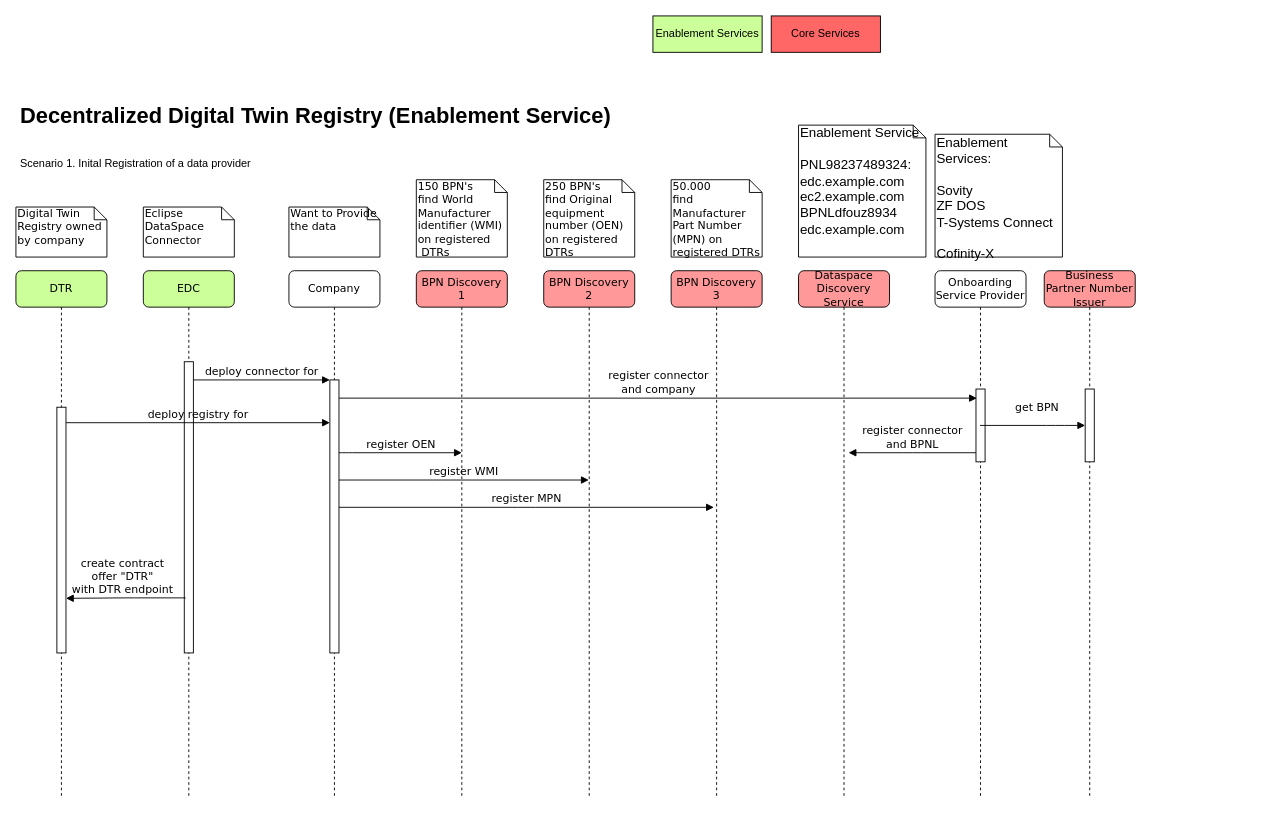
eclipse-tractusx/sldt-bpn-discovery keeps this draw.io diagram as docs/media/drawings/decentrilzedDTR-registrationDataProvider.drawio. Above is the earlier version. Source tidied: cells renumbered, new cells numbered last; positions are measured from the earlier drawing's top-left corner, leaving out a move shared by most shapes. Both pictures are drawn from the tidied source at 91%, with x=0, y=0 at pixel (15, 15).
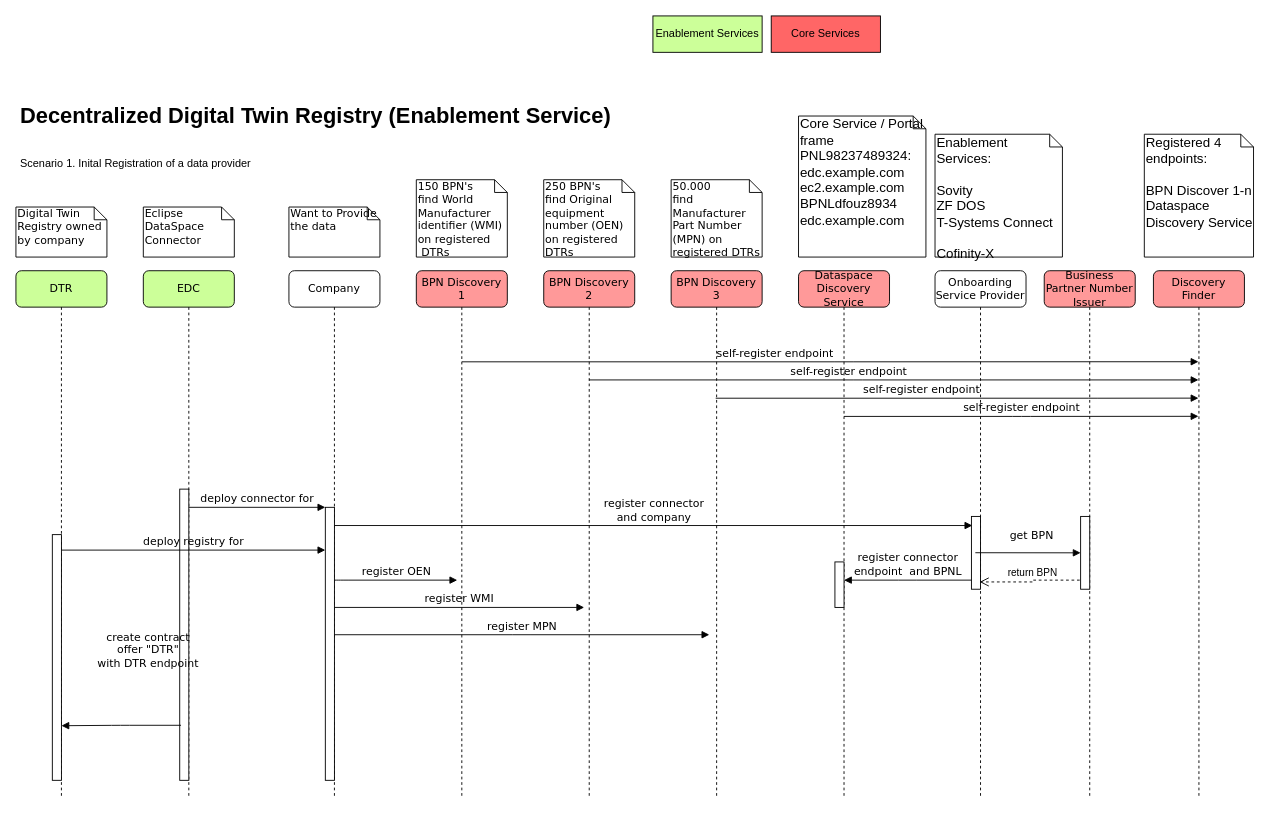
Above is the later version.

Unchanged cells that the change refers to:
```xml
<mxCell id="2" value="EDC" style="shape=umlLifeline;perimeter=lifelinePerimeter;whiteSpace=wrap;html=1;rounded=1;shadow=0;comic=0;labelBackgroundColor=none;strokeWidth=1;fontFamily=Verdana;fontSize=12;align=center;fillColor=#CCFF99;" parent="1" vertex="1">
  <mxGeometry x="140" y="280" width="100" height="580" as="geometry" />
</mxCell>
<mxCell id="4" value="Company" style="shape=umlLifeline;perimeter=lifelinePerimeter;whiteSpace=wrap;html=1;rounded=1;shadow=0;comic=0;labelBackgroundColor=none;strokeWidth=1;fontFamily=Verdana;fontSize=12;align=center;" parent="1" vertex="1">
  <mxGeometry x="300" y="280" width="100" height="580" as="geometry" />
</mxCell>
<mxCell id="6" value="BPN Discovery 1" style="shape=umlLifeline;perimeter=lifelinePerimeter;whiteSpace=wrap;html=1;rounded=1;shadow=0;comic=0;labelBackgroundColor=none;strokeWidth=1;fontFamily=Verdana;fontSize=12;align=center;fillColor=#FF9999;" parent="1" vertex="1">
  <mxGeometry x="440" y="280" width="100" height="580" as="geometry" />
</mxCell>
<mxCell id="8" value="BPN Discovery 2" style="shape=umlLifeline;perimeter=lifelinePerimeter;whiteSpace=wrap;html=1;outlineConnect=0;rounded=1;shadow=0;comic=0;labelBackgroundColor=none;strokeWidth=1;fontFamily=Verdana;fontSize=12;align=center;fillColor=#FF9999;" parent="1" vertex="1">
  <mxGeometry x="580" y="280" width="100" height="580" as="geometry" />
</mxCell>
<mxCell id="10" value="Dataspace Discovery Service" style="shape=umlLifeline;perimeter=lifelinePerimeter;whiteSpace=wrap;html=1;rounded=1;shadow=0;comic=0;labelBackgroundColor=none;strokeWidth=1;fontFamily=Verdana;fontSize=12;align=center;fillColor=#FF9999;" parent="1" vertex="1">
  <mxGeometry x="860" y="280" width="100" height="580" as="geometry" />
</mxCell>
<mxCell id="11" value="DTR" style="shape=umlLifeline;perimeter=lifelinePerimeter;whiteSpace=wrap;html=1;rounded=1;shadow=0;comic=0;labelBackgroundColor=none;strokeWidth=1;fontFamily=Verdana;fontSize=12;align=center;fillColor=#CCFF99;" parent="1" vertex="1">
  <mxGeometry y="280" width="100" height="580" as="geometry" />
</mxCell>
<mxCell id="23" value="Onboarding Service Provider" style="shape=umlLifeline;perimeter=lifelinePerimeter;whiteSpace=wrap;html=1;outlineConnect=0;rounded=1;shadow=0;comic=0;labelBackgroundColor=none;strokeWidth=1;fontFamily=Verdana;fontSize=12;align=center;" parent="1" vertex="1">
  <mxGeometry x="1010" y="280" width="100" height="580" as="geometry" />
</mxCell>
<mxCell id="31" value="Business Partner Number Issuer" style="shape=umlLifeline;perimeter=lifelinePerimeter;whiteSpace=wrap;html=1;rounded=1;shadow=0;comic=0;labelBackgroundColor=none;strokeWidth=1;fontFamily=Verdana;fontSize=12;align=center;fillColor=#FF9999;" parent="1" vertex="1">
  <mxGeometry x="1130" y="280" width="100" height="580" as="geometry" />
</mxCell>
```

Change to the diagram source:
```diff
@@
     <mxCell id="3" style="html=1;points=[];perimeter=orthogonalPerimeter;rounded=0;shadow=0;comic=0;labelBackgroundColor=none;strokeWidth=1;fontFamily=Verdana;fontSize=12;align=center;" parent="2" vertex="1">
-      <mxGeometry x="45" y="100" width="10" height="320" as="geometry" />
+      <mxGeometry x="40" y="240" width="10" height="320" as="geometry" />
     </mxCell>
@@
     <mxCell id="5" style="html=1;points=[];perimeter=orthogonalPerimeter;rounded=0;shadow=0;comic=0;labelBackgroundColor=none;strokeWidth=1;fontFamily=Verdana;fontSize=12;align=center;" parent="4" vertex="1">
-      <mxGeometry x="45" y="120" width="10" height="300" as="geometry" />
+      <mxGeometry x="40" y="260" width="10" height="300" as="geometry" />
     </mxCell>
@@
     <mxCell id="7" value="register OEN" style="html=1;verticalAlign=bottom;endArrow=block;labelBackgroundColor=none;fontFamily=Verdana;fontSize=12;edgeStyle=elbowEdgeStyle;elbow=vertical;" parent="6" edge="1">
       <mxGeometry x="0.01" relative="1" as="geometry">
-        <mxPoint x="-85" y="200" as="sourcePoint" />
-        <mxPoint x="50" y="200" as="targetPoint" />
+        <mxPoint x="-90" y="340" as="sourcePoint" />
+        <mxPoint x="45" y="340" as="targetPoint" />
         <Array as="points">
-          <mxPoint x="-80" y="200" />
+          <mxPoint x="-85" y="340" />
         </Array>
       </mxGeometry>
     </mxCell>
@@
+    <mxCell id="36" value="self-register endpoint" style="html=1;verticalAlign=bottom;endArrow=block;labelBackgroundColor=none;fontFamily=Verdana;fontSize=12;edgeStyle=elbowEdgeStyle;elbow=horizontal;" parent="8" edge="1">
+      <mxGeometry x="-0.15" relative="1" as="geometry">
+        <mxPoint x="-90" y="100.1" as="sourcePoint" />
+        <mxPoint x="719.5" y="100" as="targetPoint" />
+        <Array as="points">
+          <mxPoint x="330" y="100" />
+        </Array>
+      </mxGeometry>
+    </mxCell>
@@
+    <mxCell id="37" style="html=1;perimeter=orthogonalPerimeter;rounded=0;shadow=0;comic=0;labelBackgroundColor=none;strokeWidth=1;fontFamily=Verdana;fontSize=12;align=center;" parent="10" vertex="1">
+      <mxGeometry x="40" y="320" width="10" height="50" as="geometry" />
+    </mxCell>
+    <mxCell id="38" value="self-register endpoint" style="html=1;verticalAlign=bottom;endArrow=block;labelBackgroundColor=none;fontFamily=Verdana;fontSize=12;edgeStyle=elbowEdgeStyle;elbow=horizontal;" parent="10" edge="1">
+      <mxGeometry x="-0.15" relative="1" as="geometry">
+        <mxPoint x="-230.3" y="120" as="sourcePoint" />
+        <mxPoint x="439.5" y="120" as="targetPoint" />
+        <Array as="points">
+          <mxPoint x="60" y="120" />
+        </Array>
+      </mxGeometry>
+    </mxCell>
+    <mxCell id="39" value="self-register endpoint" style="html=1;verticalAlign=bottom;endArrow=block;labelBackgroundColor=none;fontFamily=Verdana;fontSize=12;edgeStyle=elbowEdgeStyle;elbow=horizontal;" parent="10" edge="1">
+      <mxGeometry x="-0.15" relative="1" as="geometry">
+        <mxPoint x="-91" y="140.1" as="sourcePoint" />
+        <mxPoint x="439.5" y="140" as="targetPoint" />
+        <Array as="points">
+          <mxPoint x="329" y="140" />
+        </Array>
+      </mxGeometry>
+    </mxCell>
@@
     <mxCell id="12" style="html=1;points=[];perimeter=orthogonalPerimeter;rounded=0;shadow=0;comic=0;labelBackgroundColor=none;strokeWidth=1;fontFamily=Verdana;fontSize=12;align=center;" parent="11" vertex="1">
-      <mxGeometry x="45" y="150" width="10" height="270" as="geometry" />
+      <mxGeometry x="40" y="290" width="10" height="270" as="geometry" />
     </mxCell>
     <mxCell id="13" value="register connector &lt;br&gt;and company" style="html=1;verticalAlign=bottom;endArrow=block;labelBackgroundColor=none;fontFamily=Verdana;fontSize=12;edgeStyle=elbowEdgeStyle;elbow=vertical;entryX=0.1;entryY=0.13;entryDx=0;entryDy=0;entryPerimeter=0;" parent="1" edge="1" source="5" target="24">
       <mxGeometry relative="1" as="geometry">
         <Array as="points">
-          <mxPoint x="360" y="420" />
+          <mxPoint x="355" y="560" />
         </Array>
       </mxGeometry>
     </mxCell>
@@
-    <mxCell id="21" value="&lt;p style=&quot;margin: 0in; font-family: Calibri; font-size: 11pt;&quot; lang=&quot;de&quot;&gt;Enablement Service&lt;/p&gt;&lt;p style=&quot;margin: 0in; font-family: Calibri; font-size: 11pt;&quot; lang=&quot;de&quot;&gt;&lt;br&gt;&lt;/p&gt;&lt;p style=&quot;margin: 0in; font-family: Calibri; font-size: 11pt;&quot; lang=&quot;de&quot;&gt;PNL98237489324: edc.example.com ec2.example.com&amp;nbsp;&amp;nbsp;&lt;/p&gt;&lt;p style=&quot;margin: 0in; font-family: Calibri; font-size: 11pt;&quot; lang=&quot;de&quot;&gt;BPNLdfouz8934&lt;/p&gt;&lt;p style=&quot;margin: 0in; font-family: Calibri; font-size: 11pt;&quot; lang=&quot;de&quot;&gt;edc.example.com&lt;/p&gt;" style="shape=note;whiteSpace=wrap;html=1;size=14;verticalAlign=top;align=left;spacingTop=-6;rounded=0;shadow=0;comic=0;labelBackgroundColor=none;strokeWidth=1;fontFamily=Verdana;fontSize=12;" parent="1" vertex="1">
-      <mxGeometry x="860" y="120" width="140" height="145" as="geometry" />
+    <mxCell id="21" value="&lt;p style=&quot;margin: 0in; font-family: Calibri; font-size: 11pt;&quot; lang=&quot;de&quot;&gt;Core Service / Portal frame&lt;/p&gt;&lt;p style=&quot;margin: 0in; font-family: Calibri; font-size: 11pt;&quot; lang=&quot;de&quot;&gt;PNL98237489324: edc.example.com ec2.example.com&amp;nbsp;&amp;nbsp;&lt;/p&gt;&lt;p style=&quot;margin: 0in; font-family: Calibri; font-size: 11pt;&quot; lang=&quot;de&quot;&gt;BPNLdfouz8934&lt;/p&gt;&lt;p style=&quot;margin: 0in; font-family: Calibri; font-size: 11pt;&quot; lang=&quot;de&quot;&gt;edc.example.com&lt;/p&gt;" style="shape=note;whiteSpace=wrap;html=1;size=14;verticalAlign=top;align=left;spacingTop=-6;rounded=0;shadow=0;comic=0;labelBackgroundColor=none;strokeWidth=1;fontFamily=Verdana;fontSize=12;" parent="1" vertex="1">
+      <mxGeometry x="860" y="110" width="140" height="155" as="geometry" />
     </mxCell>
@@
     <mxCell id="24" style="html=1;points=[];perimeter=orthogonalPerimeter;rounded=0;shadow=0;comic=0;labelBackgroundColor=none;strokeWidth=1;fontFamily=Verdana;fontSize=12;align=center;" parent="23" vertex="1">
-      <mxGeometry x="45" y="130" width="10" height="80" as="geometry" />
+      <mxGeometry x="40" y="270" width="10" height="80" as="geometry" />
     </mxCell>
-    <mxCell id="25" value="register connector &lt;br&gt;and BPNL" style="html=1;verticalAlign=bottom;endArrow=block;labelBackgroundColor=none;fontFamily=Verdana;fontSize=12;edgeStyle=elbowEdgeStyle;elbow=vertical;" parent="23" edge="1">
+    <mxCell id="25" value="register connector &lt;br&gt;endpoint &amp;nbsp;and BPNL" style="html=1;verticalAlign=bottom;endArrow=block;labelBackgroundColor=none;fontFamily=Verdana;fontSize=12;edgeStyle=elbowEdgeStyle;elbow=vertical;" parent="23" edge="1">
       <mxGeometry relative="1" as="geometry">
-        <mxPoint x="45" y="200" as="sourcePoint" />
-        <mxPoint x="-95" y="200" as="targetPoint" />
+        <mxPoint x="40" y="340" as="sourcePoint" />
+        <mxPoint x="-100" y="340" as="targetPoint" />
       </mxGeometry>
     </mxCell>
+    <mxCell id="40" value="return BPN" style="html=1;verticalAlign=bottom;endArrow=open;dashed=1;endSize=8;edgeStyle=elbowEdgeStyle;elbow=horizontal;curved=0;rounded=0;entryX=0.9;entryY=0.9;entryDx=0;entryDy=0;entryPerimeter=0;" parent="23" edge="1" target="24">
+      <mxGeometry relative="1" as="geometry">
+        <mxPoint x="165" y="340" as="sourcePoint" />
+      </mxGeometry>
+    </mxCell>
-    <mxCell id="26" value="register WMI" style="html=1;verticalAlign=bottom;endArrow=block;labelBackgroundColor=none;fontFamily=Verdana;fontSize=12;edgeStyle=elbowEdgeStyle;elbow=vertical;" parent="1" edge="1" target="8">
+    <mxCell id="26" value="register WMI" style="html=1;verticalAlign=bottom;endArrow=block;labelBackgroundColor=none;fontFamily=Verdana;fontSize=12;edgeStyle=elbowEdgeStyle;elbow=vertical;" parent="1" edge="1">
       <mxGeometry relative="1" as="geometry">
-        <mxPoint x="355" y="510" as="sourcePoint" />
+        <mxPoint x="350" y="650" as="sourcePoint" />
+        <mxPoint x="624.5" y="649.9" as="targetPoint" />
       </mxGeometry>
     </mxCell>
     <mxCell id="27" value="register MPN" style="html=1;verticalAlign=bottom;endArrow=block;labelBackgroundColor=none;fontFamily=Verdana;fontSize=12;edgeStyle=elbowEdgeStyle;elbow=vertical;" parent="1" edge="1">
       <mxGeometry relative="1" as="geometry">
-        <mxPoint x="355" y="540" as="sourcePoint" />
-        <mxPoint x="767" y="540" as="targetPoint" />
+        <mxPoint x="350" y="680" as="sourcePoint" />
+        <mxPoint x="762" y="680" as="targetPoint" />
       </mxGeometry>
     </mxCell>
     <mxCell id="28" value="create contract &lt;br&gt;offer &quot;DTR&quot; &lt;br&gt;with DTR endpoint" style="html=1;verticalAlign=bottom;endArrow=block;labelBackgroundColor=none;fontFamily=Verdana;fontSize=12;edgeStyle=elbowEdgeStyle;elbow=horizontal;exitX=0.143;exitY=0.811;exitDx=0;exitDy=0;exitPerimeter=0;" parent="1" edge="1" source="3" target="12">
-      <mxGeometry x="0.06" relative="1" as="geometry">
+      <mxGeometry x="0.01" y="-30" relative="1" as="geometry">
         <Array as="points">
-          <mxPoint x="120" y="640" />
+          <mxPoint x="115" y="780" />
         </Array>
+        <mxPoint x="30" y="-29" as="offset" />
       </mxGeometry>
     </mxCell>
@@
     <mxCell id="32" style="html=1;points=[];perimeter=orthogonalPerimeter;rounded=0;shadow=0;comic=0;labelBackgroundColor=none;strokeWidth=1;fontFamily=Verdana;fontSize=12;align=center;" parent="31" vertex="1">
-      <mxGeometry x="45" y="130" width="10" height="80" as="geometry" />
+      <mxGeometry x="40" y="270" width="10" height="80" as="geometry" />
     </mxCell>
-    <mxCell id="33" value="get BPN" style="html=1;verticalAlign=bottom;endArrow=block;labelBackgroundColor=none;fontFamily=Verdana;fontSize=12;edgeStyle=elbowEdgeStyle;elbow=vertical;" parent="1" edge="1" source="23" target="32">
+    <mxCell id="33" value="get BPN" style="html=1;verticalAlign=bottom;endArrow=block;labelBackgroundColor=none;fontFamily=Verdana;fontSize=12;edgeStyle=elbowEdgeStyle;elbow=vertical;" parent="1" edge="1" target="32">
       <mxGeometry x="0.05" y="10" relative="1" as="geometry">
+        <mxPoint x="1054.3" y="589.9" as="sourcePoint" />
         <mxPoint x="1" as="offset" />
       </mxGeometry>
     </mxCell>
@@
+    <mxCell id="41" value="Discovery Finder" style="shape=umlLifeline;perimeter=lifelinePerimeter;whiteSpace=wrap;html=1;rounded=1;shadow=0;comic=0;labelBackgroundColor=none;strokeWidth=1;fontFamily=Verdana;fontSize=12;align=center;fillColor=#FF9999;" parent="1" vertex="1">
+      <mxGeometry x="1250" y="280" width="100" height="580" as="geometry" />
+    </mxCell>
+    <mxCell id="42" value="&lt;p style=&quot;margin: 0in; font-family: Calibri; font-size: 11pt;&quot; lang=&quot;de&quot;&gt;Registered 4 endpoints:&lt;/p&gt;&lt;p style=&quot;margin: 0in; font-family: Calibri; font-size: 11pt;&quot; lang=&quot;de&quot;&gt;&lt;br&gt;&lt;/p&gt;&lt;p style=&quot;margin: 0in; font-family: Calibri; font-size: 11pt;&quot; lang=&quot;de&quot;&gt;BPN Discover 1-n&lt;/p&gt;&lt;p style=&quot;border-color: var(--border-color); margin: 0in; font-family: Calibri; font-size: 11pt;&quot; lang=&quot;de&quot;&gt;Dataspace Discovery Service&lt;/p&gt;" style="shape=note;whiteSpace=wrap;html=1;size=14;verticalAlign=top;align=left;spacingTop=-6;rounded=0;shadow=0;comic=0;labelBackgroundColor=none;strokeWidth=1;fontFamily=Verdana;fontSize=12;" parent="1" vertex="1">
+      <mxGeometry x="1240" y="130" width="120" height="135" as="geometry" />
+    </mxCell>
+    <mxCell id="43" value="self-register endpoint" style="html=1;verticalAlign=bottom;endArrow=block;labelBackgroundColor=none;fontFamily=Verdana;fontSize=12;edgeStyle=elbowEdgeStyle;elbow=horizontal;" parent="1" edge="1">
+      <mxGeometry relative="1" as="geometry">
+        <mxPoint x="910" y="440.1" as="sourcePoint" />
+        <mxPoint x="1299.5" y="440" as="targetPoint" />
+      </mxGeometry>
+    </mxCell>
```
